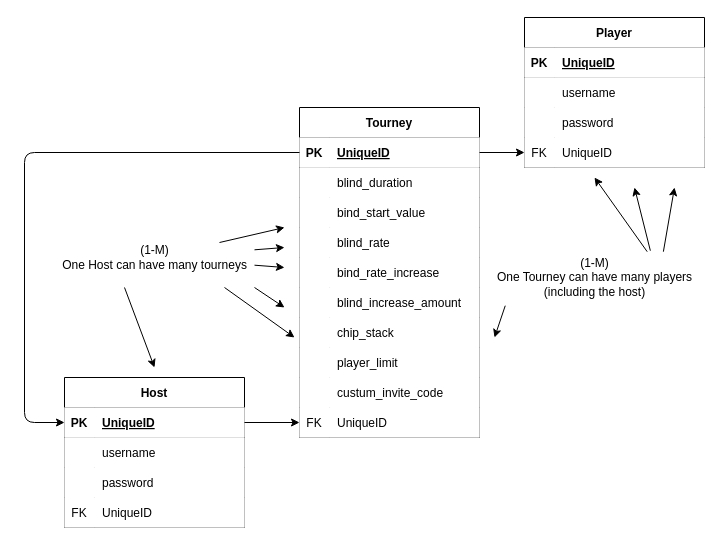
Before: ERD.DRAWIO in Tpalmer111/tournament_manager, a draw.io diagram. Source tidied: cells renumbered, new cells numbered last; positions are measured from the earlier drawing's top-left corner, leaving out a move shared by most shapes. Both pictures are drawn from the tidied source at 100%, with x=0, y=0 at pixel (24, 17).
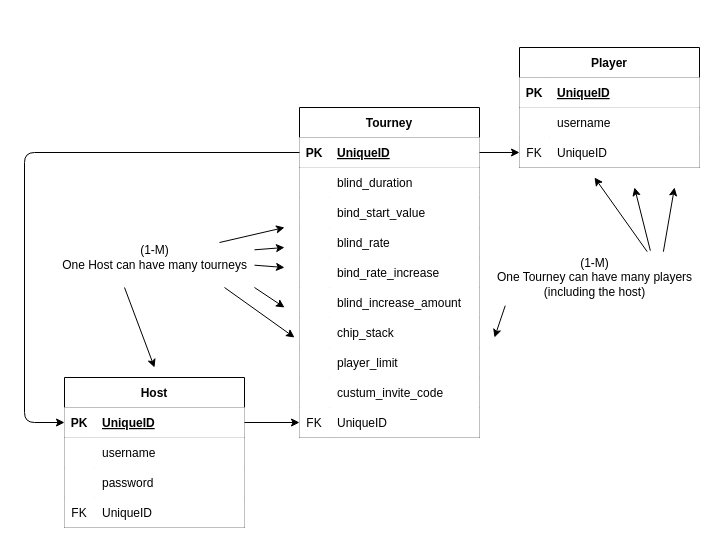
The same page after the edit.

Commit message (it also covers changes not shown here):
edited RESTfull routing chart, wiredframe, and ERD

Diff of the diagram source:
```diff
@@
     <mxCell id="15" value="Player" style="shape=table;startSize=30;childLayout=tableLayout;rowLines=0;fontStyle=1;align=center;" parent="1" vertex="1">
-      <mxGeometry x="500" width="180" height="150" as="geometry" />
+      <mxGeometry x="495" y="30" width="180" height="120" as="geometry" />
     </mxCell>
@@
-    <mxCell id="22" style="shape=partialRectangle;top=0;left=0;bottom=0;right=0;" parent="15" vertex="1">
-      <mxGeometry y="90" width="180" height="30" as="geometry" />
-    </mxCell>
-    <mxCell id="23" style="shape=partialRectangle;top=0;left=0;bottom=0;right=0;overflow=hidden;" parent="22" vertex="1">
-      <mxGeometry width="30" height="30" as="geometry" />
-    </mxCell>
-    <mxCell id="24" value="password" style="shape=partialRectangle;top=0;left=0;bottom=0;right=0;align=left;spacingLeft=6;overflow=hidden;" parent="22" vertex="1">
-      <mxGeometry x="30" width="150" height="30" as="geometry" />
-    </mxCell>
     <mxCell id="25" style="shape=partialRectangle;top=0;left=0;bottom=0;right=0;points=[[0,0.5],[1,0.5]];portConstraint=eastwest;" parent="15" vertex="1">
-      <mxGeometry y="120" width="180" height="30" as="geometry" />
+      <mxGeometry y="90" width="180" height="30" as="geometry" />
     </mxCell>
```
